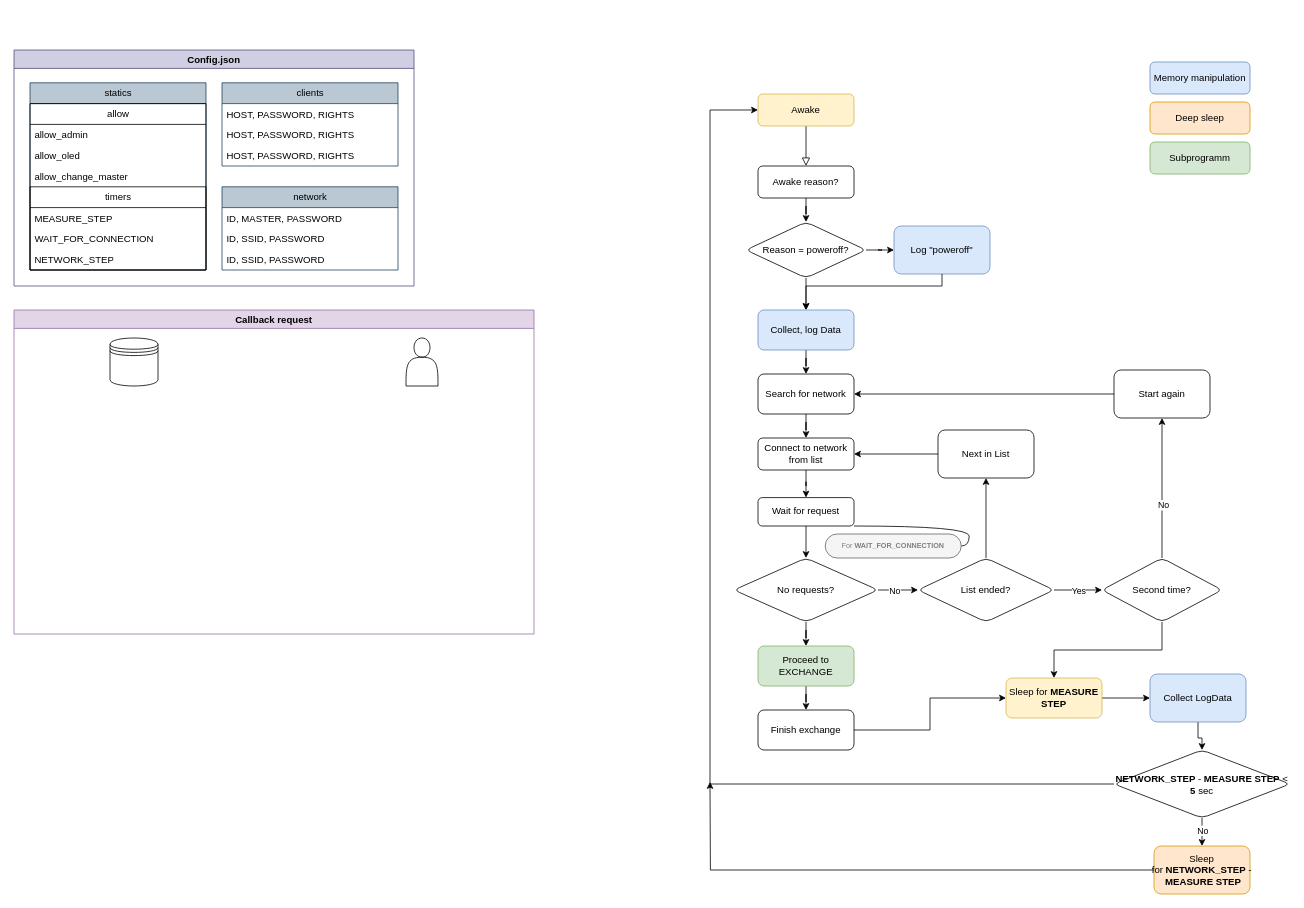
Above: Main.drawio in Oleks0ir/sunlight (draw.io), before the change. Source tidied: cells renumbered, new cells numbered last; positions are measured from the earlier drawing's top-left corner, leaving out a move shared by most shapes. Both pictures are drawn from the tidied source at 80%, with x=0, y=0 at pixel (14, 50).
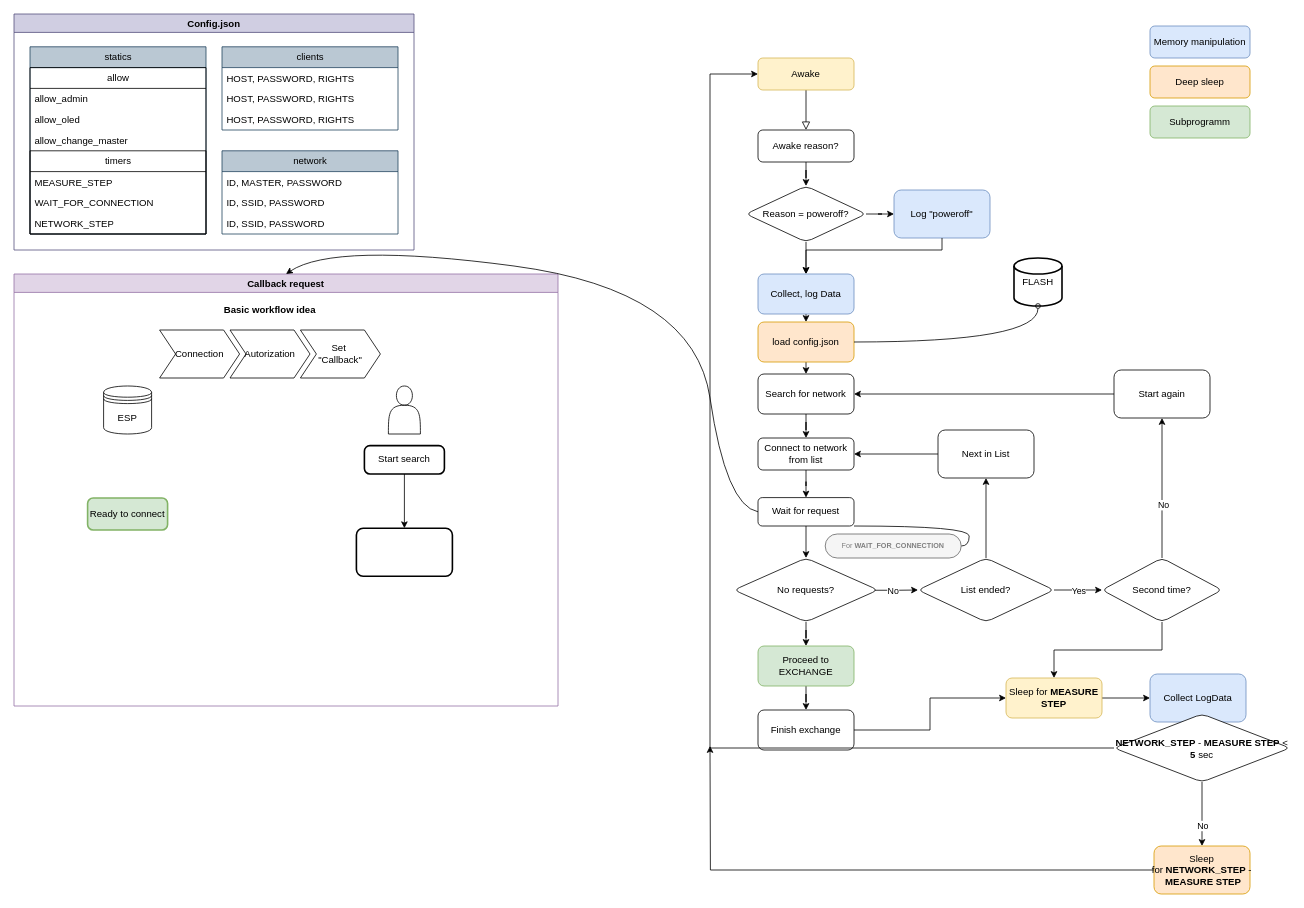
Above is the later version.

The change refers to these unchanged cells:
```xml
<mxCell id="14" value="Search for network" style="whiteSpace=wrap;html=1;rounded=1;arcSize=15;" parent="1" vertex="1">
  <mxGeometry x="930" y="405" width="120" height="50" as="geometry" />
</mxCell>
<mxCell id="18" value="Wait for request" style="whiteSpace=wrap;html=1;rounded=1;arcSize=15;" parent="1" vertex="1">
  <mxGeometry x="930" y="559.5" width="120" height="35.5" as="geometry" />
</mxCell>
<mxCell id="22" value="No requests?" style="rhombus;whiteSpace=wrap;html=1;rounded=1;arcSize=15;" parent="1" vertex="1">
  <mxGeometry x="900" y="635" width="180" height="80" as="geometry" />
</mxCell>
<mxCell id="26" value="List ended?" style="rhombus;whiteSpace=wrap;html=1;rounded=1;arcSize=15;" parent="1" vertex="1">
  <mxGeometry x="1130" y="635" width="170" height="80" as="geometry" />
</mxCell>
<mxCell id="30" value="Proceed to EXCHANGE" style="whiteSpace=wrap;html=1;rounded=1;arcSize=15;fillColor=#d5e8d4;strokeColor=#82b366;shadow=0;glass=0;" parent="1" vertex="1">
  <mxGeometry x="930" y="745" width="120" height="50" as="geometry" />
</mxCell>
<mxCell id="42" value="Collect LogData" style="whiteSpace=wrap;html=1;fillColor=#dae8fc;strokeColor=#6c8ebf;rounded=1;arcSize=15;shadow=0;glass=0;" parent="1" vertex="1">
  <mxGeometry x="1420" y="780" width="120" height="60" as="geometry" />
</mxCell>
<mxCell id="48" value="Sleep for&amp;nbsp;&lt;b&gt;NETWORK_STEP&amp;nbsp;&lt;/b&gt;-&amp;nbsp;&lt;b&gt;MEASURE STEP&lt;/b&gt;" style="whiteSpace=wrap;html=1;rounded=1;arcSize=15;shadow=0;glass=0;fillColor=#ffe6cc;strokeColor=#d79b00;" parent="1" vertex="1">
  <mxGeometry x="1425" y="995" width="120" height="60" as="geometry" />
</mxCell>
```

The edit, as a diff of the source:
```diff
@@
     <mxCell id="2" style="rounded=0;html=1;jettySize=auto;fontSize=11;endArrow=block;endFill=0;endSize=8;strokeWidth=1;shadow=0;labelBackgroundColor=none;edgeStyle=orthogonalEdgeStyle;" parent="1" edge="1" source="3">
       <mxGeometry relative="1" as="geometry">
-        <mxPoint x="990" y="145" as="targetPoint" />
+        <mxPoint x="990" y="100" as="targetPoint" />
       </mxGeometry>
     </mxCell>
     <mxCell id="3" value="Awake" style="rounded=1;whiteSpace=wrap;html=1;fontSize=12;glass=0;strokeWidth=1;shadow=0;fillColor=#fff2cc;strokeColor=#d6b656;" parent="1" vertex="1">
-      <mxGeometry x="930" y="55" width="120" height="40" as="geometry" />
+      <mxGeometry x="930" y="10" width="120" height="40" as="geometry" />
     </mxCell>
@@
     <mxCell id="5" value="Awake reason?" style="whiteSpace=wrap;html=1;rounded=1;" parent="1" vertex="1">
-      <mxGeometry x="930" y="145" width="120" height="40" as="geometry" />
+      <mxGeometry x="930" y="100" width="120" height="40" as="geometry" />
     </mxCell>
@@
     <mxCell id="8" value="Reason = poweroff?" style="rhombus;whiteSpace=wrap;html=1;rounded=1;arcSize=15;" parent="1" vertex="1">
-      <mxGeometry x="915" y="215" width="150" height="70" as="geometry" />
+      <mxGeometry x="915" y="170" width="150" height="70" as="geometry" />
     </mxCell>
     <mxCell id="9" value="Log &quot;poweroff&quot;" style="whiteSpace=wrap;html=1;rounded=1;arcSize=15;fillColor=#dae8fc;strokeColor=#6c8ebf;" parent="1" vertex="1">
-      <mxGeometry x="1100" y="220" width="120" height="60" as="geometry" />
+      <mxGeometry x="1100" y="175" width="120" height="60" as="geometry" />
     </mxCell>
-    <mxCell id="10" style="edgeStyle=orthogonalEdgeStyle;rounded=0;jettySize=auto;html=1;" parent="1" edge="1" source="11" target="14">
-      <mxGeometry relative="1" as="geometry" />
-    </mxCell>
+    <mxCell id="75" style="edgeStyle=orthogonalEdgeStyle;rounded=0;jettySize=auto;html=1;exitX=0.5;exitY=1;exitDx=0;exitDy=0;entryX=0.5;entryY=0;entryDx=0;entryDy=0;" parent="1" edge="1" source="11" target="85">
+      <mxGeometry relative="1" as="geometry" />
+    </mxCell>
     <mxCell id="11" value="Collect, log Data" style="whiteSpace=wrap;html=1;rounded=1;arcSize=15;fillColor=#dae8fc;strokeColor=#6c8ebf;" parent="1" vertex="1">
-      <mxGeometry x="930" y="325" width="120" height="50" as="geometry" />
+      <mxGeometry x="930" y="280" width="120" height="50" as="geometry" />
     </mxCell>
     <mxCell id="12" style="endArrow=classic;html=1;rounded=0;entryX=0.5;entryY=0;entryDx=0;entryDy=0;exitX=0.5;exitY=1;exitDx=0;exitDy=0;" parent="1" edge="1" source="9" target="11">
       <mxGeometry relative="1" as="geometry">
         <Array as="points">
-          <mxPoint x="1160" y="295" />
-          <mxPoint x="990" y="295" />
+          <mxPoint x="1160" y="250" />
+          <mxPoint x="990" y="250" />
         </Array>
       </mxGeometry>
     </mxCell>
@@
-    <mxCell id="17" style="edgeStyle=orthogonalEdgeStyle;rounded=0;jettySize=auto;html=1;" parent="1" edge="1" source="18" target="22">
-      <mxGeometry relative="1" as="geometry" />
+    <mxCell id="17" style="edgeStyle=orthogonalEdgeStyle;rounded=0;jettySize=auto;html=1;" parent="1" edge="1" source="18">
+      <mxGeometry relative="1" as="geometry">
+        <mxPoint x="990" y="635" as="targetPoint" />
+      </mxGeometry>
     </mxCell>
@@
-    <mxCell id="19" style="edgeStyle=orthogonalEdgeStyle;rounded=0;jettySize=auto;html=1;" parent="1" edge="1" source="22" target="26">
+    <mxCell id="19" style="edgeStyle=orthogonalEdgeStyle;rounded=0;jettySize=auto;html=1;exitX=0.976;exitY=0.504;exitDx=0;exitDy=0;exitPerimeter=0;" parent="1" edge="1" source="22" target="26">
       <mxGeometry relative="1" as="geometry" />
     </mxCell>
@@
-    <mxCell id="21" style="edgeStyle=orthogonalEdgeStyle;rounded=0;jettySize=auto;html=1;" parent="1" edge="1" source="22" target="30">
+    <mxCell id="21" style="edgeStyle=orthogonalEdgeStyle;rounded=0;jettySize=auto;html=1;exitX=0.5;exitY=1;exitDx=0;exitDy=0;" parent="1" edge="1" source="22" target="30">
       <mxGeometry relative="1" as="geometry" />
     </mxCell>
@@
-    <mxCell id="41" style="edgeStyle=orthogonalEdgeStyle;rounded=0;jettySize=auto;html=1;" parent="1" edge="1" source="42" target="46">
-      <mxGeometry relative="1" as="geometry" />
+    <mxCell id="41" style="edgeStyle=orthogonalEdgeStyle;rounded=0;jettySize=auto;html=1;" parent="1" edge="1" source="42">
+      <mxGeometry relative="1" as="geometry">
+        <mxPoint x="1485" y="875" as="targetPoint" />
+      </mxGeometry>
     </mxCell>
@@
-    <mxCell id="43" style="edgeStyle=orthogonalEdgeStyle;rounded=0;jettySize=auto;html=1;" parent="1" edge="1" source="46" target="48">
+    <mxCell id="43" style="edgeStyle=orthogonalEdgeStyle;rounded=0;jettySize=auto;html=1;exitX=0.5;exitY=1;exitDx=0;exitDy=0;" parent="1" edge="1" source="46" target="48">
       <mxGeometry relative="1" as="geometry" />
     </mxCell>
@@
     <mxCell id="45" style="edgeStyle=orthogonalEdgeStyle;rounded=0;jettySize=auto;html=1;exitX=0;exitY=0.5;exitDx=0;exitDy=0;entryX=0;entryY=0.5;entryDx=0;entryDy=0;" parent="1" edge="1" source="46" target="3">
       <mxGeometry relative="1" as="geometry">
         <Array as="points">
-          <mxPoint x="870" y="917" />
-          <mxPoint x="870" y="75" />
+          <mxPoint x="870" y="872" />
+          <mxPoint x="870" y="30" />
         </Array>
       </mxGeometry>
     </mxCell>
     <mxCell id="46" value="&lt;b&gt;NETWORK_STEP &lt;/b&gt;-&amp;nbsp;&lt;b&gt;MEASURE STEP&lt;/b&gt; &amp;lt; &lt;b&gt;5 &lt;/b&gt;sec" style="rhombus;whiteSpace=wrap;html=1;rounded=1;arcSize=15;shadow=0;glass=0;" parent="1" vertex="1">
-      <mxGeometry x="1375" y="875" width="220" height="85" as="geometry" />
+      <mxGeometry x="1375" y="830" width="220" height="85" as="geometry" />
     </mxCell>
     <mxCell id="47" style="edgeStyle=orthogonalEdgeStyle;rounded=0;jettySize=auto;html=1;exitX=0;exitY=0.5;exitDx=0;exitDy=0;" parent="1" edge="1" source="48">
       <mxGeometry relative="1" as="geometry">
-        <mxPoint x="870" y="915" as="targetPoint" />
+        <mxPoint x="870" y="870" as="targetPoint" />
       </mxGeometry>
     </mxCell>
@@
     <mxCell id="49" value="Memory manipulation" style="rounded=1;whiteSpace=wrap;html=1;fillColor=#dae8fc;strokeColor=#6c8ebf;" parent="1" vertex="1">
-      <mxGeometry x="1420" y="15" width="125" height="40" as="geometry" />
+      <mxGeometry x="1420" y="-30" width="125" height="40" as="geometry" />
     </mxCell>
     <mxCell id="50" value="Deep sleep" style="rounded=1;whiteSpace=wrap;html=1;fillColor=#ffe6cc;strokeColor=#d79b00;" parent="1" vertex="1">
-      <mxGeometry x="1420" y="65" width="125" height="40" as="geometry" />
+      <mxGeometry x="1420" y="20" width="125" height="40" as="geometry" />
     </mxCell>
     <mxCell id="51" value="Subprogramm" style="rounded=1;whiteSpace=wrap;html=1;fillColor=#d5e8d4;strokeColor=#82b366;" parent="1" vertex="1">
-      <mxGeometry x="1420" y="115" width="125" height="40" as="geometry" />
+      <mxGeometry x="1420" y="70" width="125" height="40" as="geometry" />
     </mxCell>
     <mxCell id="52" value="Callback request" style="swimlane;fillColor=#e1d5e7;strokeColor=#9673a6;" parent="1" vertex="1">
-      <mxGeometry y="325" width="650" height="405" as="geometry" />
+      <mxGeometry y="280" width="680" height="540" as="geometry" />
     </mxCell>
     <mxCell id="53" style="shape=actor;whiteSpace=wrap;html=1;" parent="52" vertex="1">
-      <mxGeometry x="490" y="35" width="40" height="60" as="geometry" />
+      <mxGeometry x="468" y="140" width="40" height="60" as="geometry" />
     </mxCell>
-    <mxCell id="54" style="shape=datastore;whiteSpace=wrap;html=1;" parent="52" vertex="1">
-      <mxGeometry x="120" y="35" width="60" height="60" as="geometry" />
+    <mxCell id="54" value="ESP" style="shape=datastore;whiteSpace=wrap;html=1;" parent="52" vertex="1">
+      <mxGeometry x="112" y="140" width="60" height="60" as="geometry" />
     </mxCell>
+    <mxCell id="76" value="Basic workflow idea" style="swimlane;horizontal=1;fillColor=none;strokeColor=none;stackBorder=10;align=center;whiteSpace=wrap;html=1;startSize=30;" parent="52" vertex="1">
+      <mxGeometry x="172" y="30" width="296" height="110" as="geometry" />
+    </mxCell>
+    <mxCell id="77" value="Connection" style="shape=step;perimeter=stepPerimeter;fixedSize=1;whiteSpace=wrap;html=1;" parent="76" vertex="1">
+      <mxGeometry x="10" y="40" width="100" height="60" as="geometry" />
+    </mxCell>
+    <mxCell id="78" value="Autorization" style="shape=step;perimeter=stepPerimeter;fixedSize=1;whiteSpace=wrap;html=1;" parent="76" vertex="1">
+      <mxGeometry x="98" y="40" width="100" height="60" as="geometry" />
+    </mxCell>
+    <mxCell id="79" value="Set&amp;nbsp;&lt;div&gt;&quot;Callback&quot;&lt;/div&gt;" style="shape=step;perimeter=stepPerimeter;fixedSize=1;align=center;whiteSpace=wrap;html=1;" parent="76" vertex="1">
+      <mxGeometry x="186" y="40" width="100" height="60" as="geometry" />
+    </mxCell>
+    <mxCell id="80" value="Ready to connect" style="rounded=1;whiteSpace=wrap;html=1;absoluteArcSize=1;arcSize=14;strokeWidth=2;fillColor=#d5e8d4;strokeColor=#82b366;" parent="52" vertex="1">
+      <mxGeometry x="92" y="280" width="100" height="40" as="geometry" />
+    </mxCell>
+    <mxCell id="81" style="edgeStyle=orthogonalEdgeStyle;rounded=0;jettySize=auto;html=1;fontFamily=Helvetica;fontSize=12;fontColor=default;" parent="52" edge="1" source="82" target="83">
+      <mxGeometry relative="1" as="geometry" />
+    </mxCell>
+    <mxCell id="82" value="Start search" style="rounded=1;whiteSpace=wrap;html=1;absoluteArcSize=1;arcSize=14;strokeWidth=2;" parent="52" vertex="1">
+      <mxGeometry x="438" y="214.5" width="100" height="35.5" as="geometry" />
+    </mxCell>
+    <mxCell id="83" style="whiteSpace=wrap;html=1;rounded=1;arcSize=14;strokeWidth=2;" parent="52" vertex="1">
+      <mxGeometry x="428" y="317.8" width="120" height="60" as="geometry" />
+    </mxCell>
     <mxCell id="55" value="Config.json" style="swimlane;fillColor=#d0cee2;strokeColor=#56517e;" parent="1" vertex="1">
-      <mxGeometry width="500" height="295" as="geometry" />
+      <mxGeometry y="-45" width="500" height="295" as="geometry" />
     </mxCell>
@@
+    <mxCell id="84" style="edgeStyle=orthogonalEdgeStyle;rounded=0;jettySize=auto;html=1;exitX=0.5;exitY=1;exitDx=0;exitDy=0;entryX=0.5;entryY=0;entryDx=0;entryDy=0;" parent="1" edge="1" source="85" target="14">
+      <mxGeometry relative="1" as="geometry" />
+    </mxCell>
+    <mxCell id="85" value="load config.json" style="whiteSpace=wrap;html=1;rounded=1;arcSize=15;fillColor=#ffe6cc;strokeColor=#d79b00;" parent="1" vertex="1">
+      <mxGeometry x="930" y="340" width="120" height="50" as="geometry" />
+    </mxCell>
+    <mxCell id="86" style="curved=1;endArrow=classic;html=1;rounded=0;exitX=0;exitY=0.5;exitDx=0;exitDy=0;entryX=0.5;entryY=0;entryDx=0;entryDy=0;" parent="1" edge="1" source="18" target="52">
+      <mxGeometry relative="1" as="geometry">
+        <Array as="points">
+          <mxPoint x="890" y="570" />
+          <mxPoint x="850" y="300" />
+          <mxPoint x="400" y="240" />
+        </Array>
+      </mxGeometry>
+    </mxCell>
+    <mxCell id="87" value="FLASH" style="strokeWidth=2;html=1;shape=mxgraph.flowchart.database;whiteSpace=wrap;" parent="1" vertex="1">
+      <mxGeometry x="1250" y="260" width="60" height="60" as="geometry" />
+    </mxCell>
+    <mxCell id="88" style="edgeStyle=orthogonalEdgeStyle;rounded=0;jettySize=auto;html=1;entryX=0.5;entryY=1;entryDx=0;entryDy=0;entryPerimeter=0;endArrow=oval;endFill=0;curved=1;" parent="1" edge="1" source="85" target="87">
+      <mxGeometry relative="1" as="geometry" />
+    </mxCell>
```
